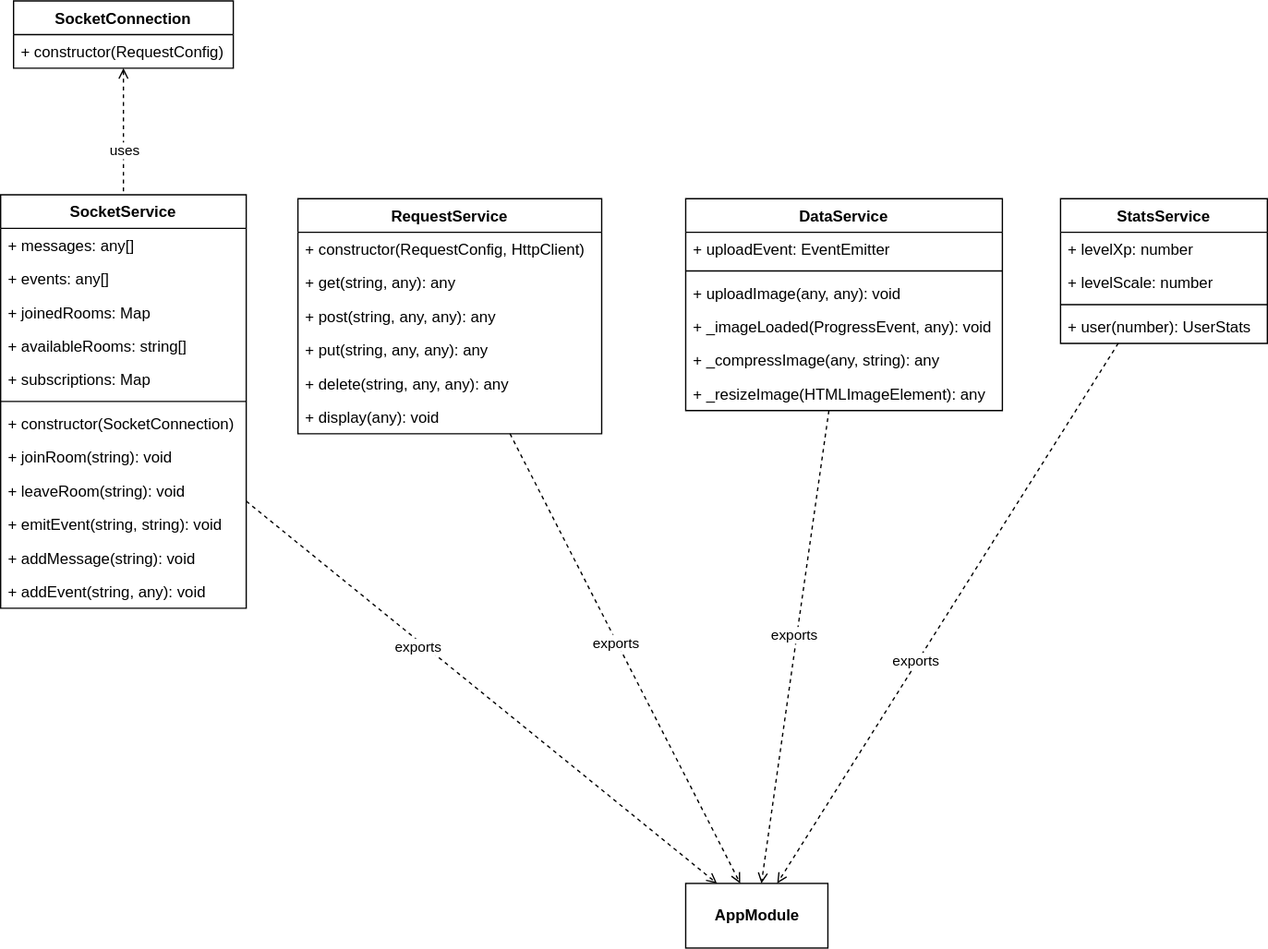
Above: diagrams/services_class_diagram.drawio.svg in i3ene/decksterous (draw.io), before the change. Source tidied: cells renumbered, new cells last; positions are measured from the earlier drawing's top-left corner, leaving out a move shared by most shapes.
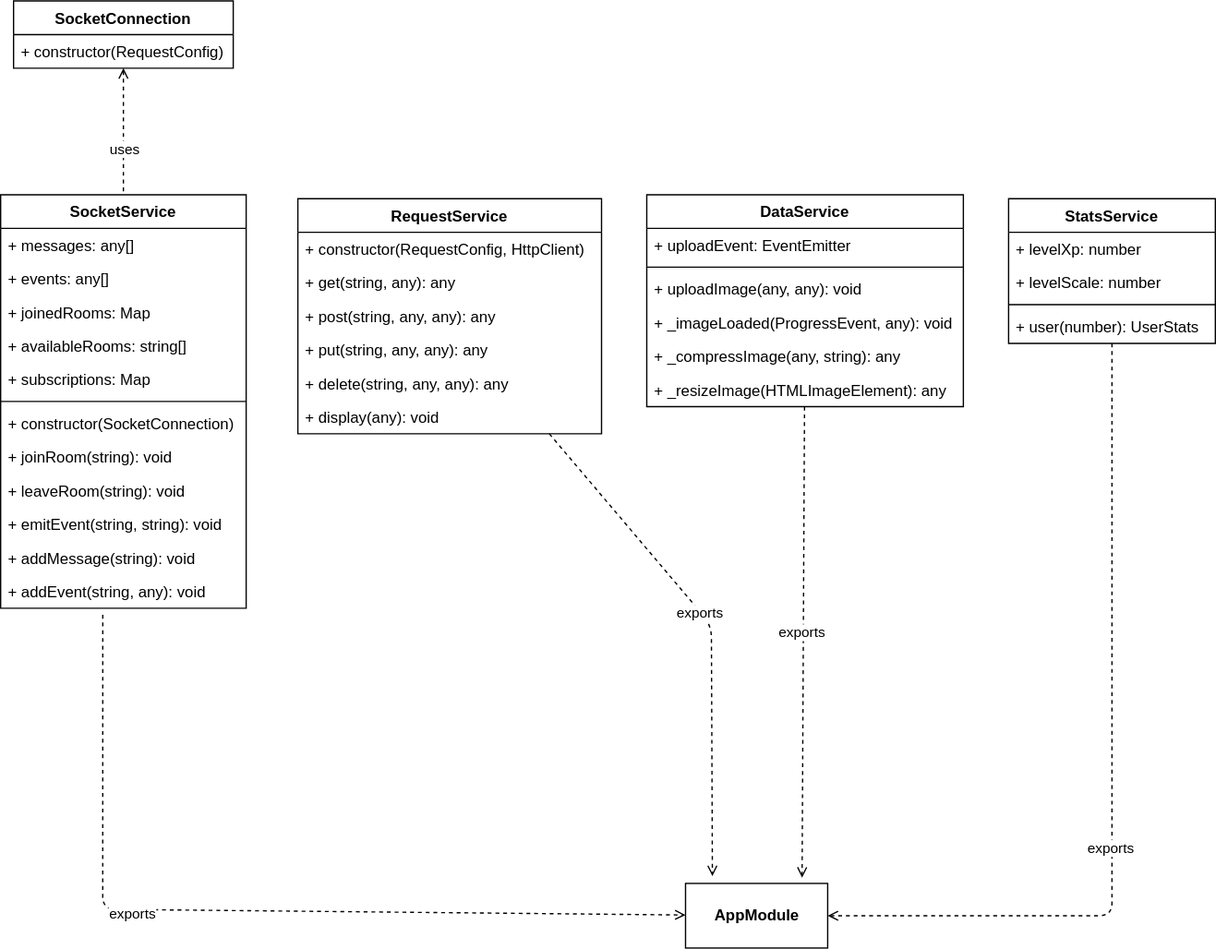
Later version of the same file.

Commit message:
adjusted arrows

Diff of the diagram source:
```diff
@@ -1,12 +1,16 @@
-<mxGraphModel background="#ffffff">
+<mxGraphModel background="#FFFFFF">
   <root>
     <mxCell id="0" />
     <mxCell id="1" parent="0" />
     <mxCell id="2" value="AppModule" style="html=1;fontStyle=1;" parent="1" vertex="1">
       <mxGeometry x="530" y="683" width="110" height="50" as="geometry" />
     </mxCell>
-    <mxCell id="3" style="edgeStyle=none;html=1;dashed=1;endArrow=open;endFill=0;" parent="1" edge="1" source="5" target="2">
-      <mxGeometry relative="1" as="geometry" />
+    <mxCell id="3" style="edgeStyle=none;html=1;dashed=1;endArrow=open;endFill=0;entryX=0.189;entryY=-0.112;entryDx=0;entryDy=0;entryPerimeter=0;" parent="1" edge="1" source="5" target="2">
+      <mxGeometry relative="1" as="geometry">
+        <Array as="points">
+          <mxPoint x="550" y="483" />
+        </Array>
+      </mxGeometry>
     </mxCell>
     <mxCell id="4" value="exports" style="edgeLabel;html=1;align=center;verticalAlign=middle;" parent="3" vertex="1">
       <mxGeometry x="-0.08" y="-1" relative="1" as="geometry" />
@@ -84,7 +88,7 @@
       <mxGeometry y="294" width="190" height="26" as="geometry" />
     </mxCell>
     <mxCell id="29" value="DataService" style="swimlane;fontStyle=1;align=center;verticalAlign=top;horizontal=1;startSize=26;" parent="1" vertex="1">
-      <mxGeometry x="530" y="153" width="245" height="164" as="geometry" />
+      <mxGeometry x="500" y="150" width="245" height="164" as="geometry" />
     </mxCell>
     <mxCell id="30" value="+ uploadEvent: EventEmitter" style="text;strokeColor=none;fillColor=none;align=left;verticalAlign=top;spacingLeft=4;spacingRight=4;overflow=hidden;" parent="29" vertex="1">
       <mxGeometry y="26" width="245" height="26" as="geometry" />
@@ -104,14 +108,18 @@
     <mxCell id="35" value="+ _resizeImage(HTMLImageElement): any" style="text;strokeColor=none;fillColor=none;align=left;verticalAlign=top;spacingLeft=4;spacingRight=4;overflow=hidden;" parent="29" vertex="1">
       <mxGeometry y="138" width="245" height="26" as="geometry" />
     </mxCell>
-    <mxCell id="36" style="edgeStyle=none;html=1;dashed=1;endArrow=open;endFill=0;" parent="1" edge="1" source="38" target="2">
-      <mxGeometry relative="1" as="geometry" />
+    <mxCell id="36" style="edgeStyle=none;html=1;dashed=1;endArrow=open;endFill=0;entryX=1;entryY=0.5;entryDx=0;entryDy=0;" parent="1" edge="1" source="38" target="2">
+      <mxGeometry relative="1" as="geometry">
+        <Array as="points">
+          <mxPoint x="860" y="708" />
+        </Array>
+      </mxGeometry>
     </mxCell>
     <mxCell id="37" value="exports" style="edgeLabel;html=1;align=center;verticalAlign=middle;" parent="36" vertex="1">
       <mxGeometry x="0.18" y="-2" relative="1" as="geometry" />
     </mxCell>
     <mxCell id="38" value="StatsService" style="swimlane;fontStyle=1;align=center;verticalAlign=top;horizontal=1;startSize=26;" parent="1" vertex="1">
-      <mxGeometry x="820" y="153" width="160" height="112" as="geometry" />
+      <mxGeometry x="780" y="153" width="160" height="112" as="geometry" />
     </mxCell>
     <mxCell id="39" value="+ levelXp: number" style="text;strokeColor=none;fillColor=none;align=left;verticalAlign=top;spacingLeft=4;spacingRight=4;overflow=hidden;" parent="38" vertex="1">
       <mxGeometry y="26" width="160" height="26" as="geometry" />
@@ -125,15 +133,19 @@
     <mxCell id="42" value="+ user(number): UserStats" style="text;strokeColor=none;fillColor=none;align=left;verticalAlign=top;spacingLeft=4;spacingRight=4;overflow=hidden;" parent="38" vertex="1">
       <mxGeometry y="86" width="160" height="26" as="geometry" />
     </mxCell>
-    <mxCell id="43" style="edgeStyle=none;html=1;dashed=1;endArrow=open;endFill=0;" parent="1" edge="1" source="16" target="2">
-      <mxGeometry relative="1" as="geometry" />
+    <mxCell id="43" style="edgeStyle=none;html=1;dashed=1;endArrow=open;endFill=0;exitX=0.416;exitY=1.195;exitDx=0;exitDy=0;exitPerimeter=0;" parent="1" edge="1" source="28" target="2">
+      <mxGeometry relative="1" as="geometry">
+        <Array as="points">
+          <mxPoint x="79" y="703" />
+        </Array>
+      </mxGeometry>
     </mxCell>
     <mxCell id="44" value="exports" style="edgeLabel;html=1;align=center;verticalAlign=middle;" parent="43" vertex="1">
       <mxGeometry x="-0.26" y="-3" relative="1" as="geometry">
         <mxPoint x="-1" as="offset" />
       </mxGeometry>
     </mxCell>
-    <mxCell id="45" style="edgeStyle=none;html=1;dashed=1;endArrow=open;endFill=0;" parent="1" edge="1" source="29" target="2">
+    <mxCell id="45" style="edgeStyle=none;html=1;dashed=1;endArrow=open;endFill=0;entryX=0.82;entryY=-0.088;entryDx=0;entryDy=0;entryPerimeter=0;" parent="1" edge="1" source="29" target="2">
       <mxGeometry relative="1" as="geometry" />
     </mxCell>
     <mxCell id="46" value="exports" style="edgeLabel;html=1;align=center;verticalAlign=middle;" parent="45" vertex="1">
```
